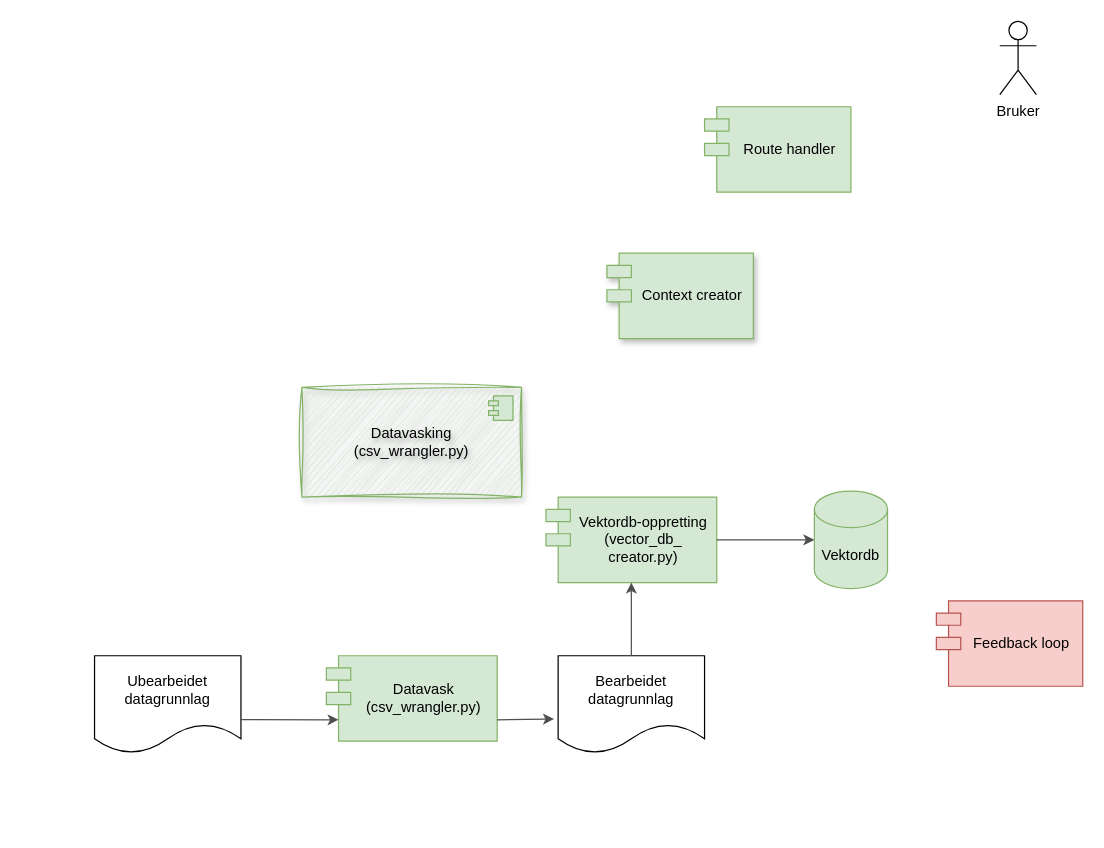
Above: diagrams/Architecture.drawio in xivind/sandbox (draw.io), before the change. Source tidied: cells renumbered, new cells numbered last; positions are measured from the earlier drawing's top-left corner, leaving out a move shared by most shapes. Both pictures are drawn from the tidied source at 122%, with x=0, y=0 at pixel (94, 21).
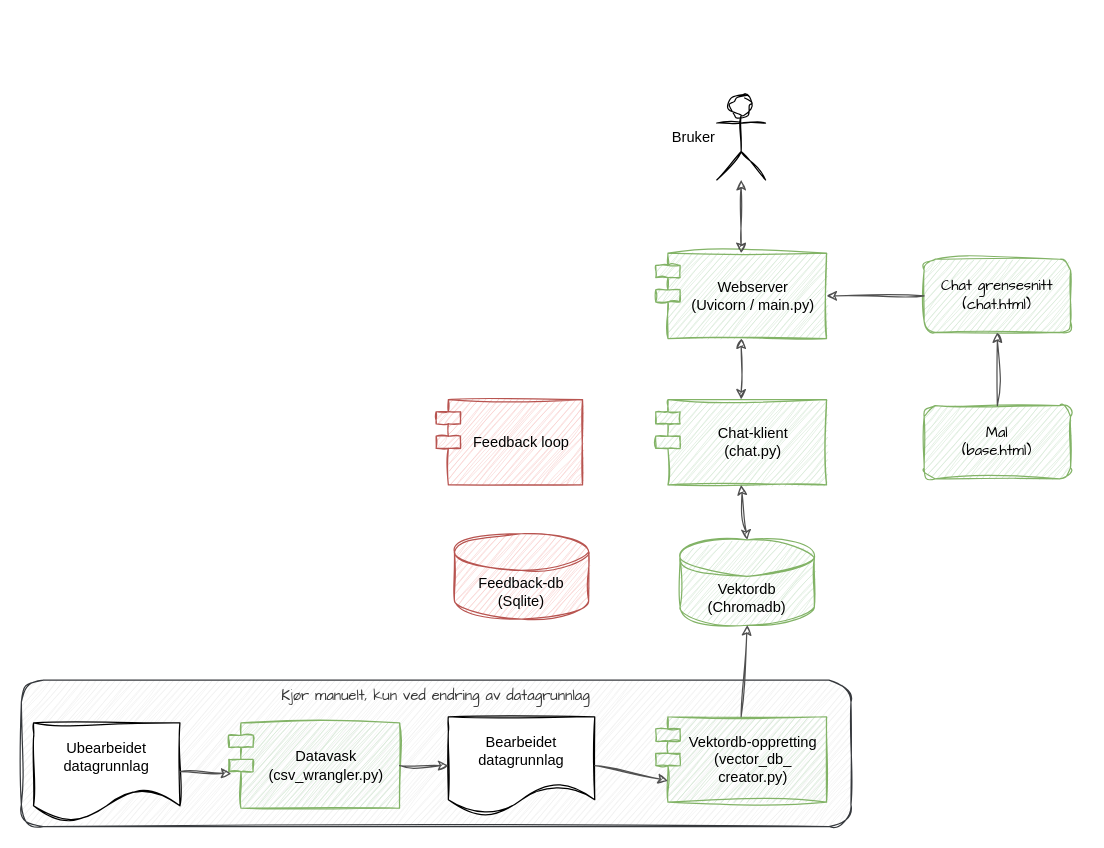
After the change.

Commit message:
Første utkast løsningsarkitektur

The edit, as a diff of the source:
```diff
@@
+    <mxCell id="17" value="&lt;span style=&quot;color: rgb(51, 51, 51);&quot;&gt;Kjør manuelt, kun ved endring av datagrunnlag&lt;/span&gt;" style="rounded=1;whiteSpace=wrap;html=1;sketch=1;hachureGap=4;jiggle=2;curveFitting=1;fontFamily=Architects Daughter;shadow=0;fillColor=#eeeeee;strokeColor=#36393d;verticalAlign=top;" parent="1" vertex="1">
+      <mxGeometry x="-60" y="540" width="680" height="120" as="geometry" />
+    </mxCell>
-    <mxCell id="2" value="Route handler" style="shape=module;align=left;spacingLeft=20;align=center;verticalAlign=middle;whiteSpace=wrap;html=1;fillColor=#d5e8d4;strokeColor=#82b366;" parent="1" vertex="1">
-      <mxGeometry x="500" y="70" width="120" height="70" as="geometry" />
+    <mxCell id="2" value="Webserver&lt;br&gt;&lt;div&gt;(Uvicorn / main.py)&lt;/div&gt;" style="shape=module;align=left;spacingLeft=20;align=center;verticalAlign=middle;whiteSpace=wrap;html=1;fillColor=#d5e8d4;strokeColor=#82b366;shadow=0;sketch=1;curveFitting=1;jiggle=2;" parent="1" vertex="1">
+      <mxGeometry x="460" y="190" width="140" height="70" as="geometry" />
     </mxCell>
-    <mxCell id="3" value="Context creator" style="shape=module;align=left;spacingLeft=20;align=center;verticalAlign=middle;whiteSpace=wrap;html=1;fillColor=#d5e8d4;strokeColor=#82b366;shadow=1;" parent="1" vertex="1">
-      <mxGeometry x="420" y="190" width="120" height="70" as="geometry" />
+    <mxCell id="3" value="Chat-klient&lt;div&gt;(chat.py)&lt;/div&gt;" style="shape=module;align=left;spacingLeft=20;align=center;verticalAlign=middle;whiteSpace=wrap;html=1;fillColor=#d5e8d4;strokeColor=#82b366;shadow=0;sketch=1;curveFitting=1;jiggle=2;" parent="1" vertex="1">
+      <mxGeometry x="460" y="310" width="140" height="70" as="geometry" />
     </mxCell>
-    <mxCell id="4" value="Feedback loop" style="shape=module;align=left;spacingLeft=20;align=center;verticalAlign=middle;whiteSpace=wrap;html=1;fillColor=#f8cecc;strokeColor=#b85450;" parent="1" vertex="1">
-      <mxGeometry x="690" y="475" width="120" height="70" as="geometry" />
+    <mxCell id="4" value="Feedback loop" style="shape=module;align=left;spacingLeft=20;align=center;verticalAlign=middle;whiteSpace=wrap;html=1;fillColor=#f8cecc;strokeColor=#b85450;shadow=0;sketch=1;curveFitting=1;jiggle=2;" parent="1" vertex="1">
+      <mxGeometry x="280" y="310" width="120" height="70" as="geometry" />
     </mxCell>
-    <mxCell id="5" value="Vektordb" style="shape=cylinder3;whiteSpace=wrap;html=1;boundedLbl=1;backgroundOutline=1;size=15;fillColor=#d5e8d4;strokeColor=#82b366;" parent="1" vertex="1">
-      <mxGeometry x="590" y="385" width="60" height="80" as="geometry" />
+    <mxCell id="5" value="Vektordb&lt;div&gt;(Chromadb)&lt;/div&gt;" style="shape=cylinder3;whiteSpace=wrap;html=1;boundedLbl=1;backgroundOutline=1;size=15;fillColor=#d5e8d4;strokeColor=#82b366;shadow=0;sketch=1;curveFitting=1;jiggle=2;" parent="1" vertex="1">
+      <mxGeometry x="480" y="425" width="110" height="70" as="geometry" />
     </mxCell>
-    <mxCell id="6" value="Ubearbeidet datagrunnlag" style="shape=document;whiteSpace=wrap;html=1;boundedLbl=1;" parent="1" vertex="1">
-      <mxGeometry y="520" width="120" height="80" as="geometry" />
+    <mxCell id="6" value="Ubearbeidet datagrunnlag" style="shape=document;whiteSpace=wrap;html=1;boundedLbl=1;shadow=0;sketch=1;curveFitting=1;jiggle=2;" parent="1" vertex="1">
+      <mxGeometry x="-50" y="575" width="120" height="80" as="geometry" />
     </mxCell>
-    <mxCell id="7" value="&lt;div&gt;Datavask&lt;/div&gt;(csv_wrangler.py)" style="shape=module;align=left;spacingLeft=20;align=center;verticalAlign=middle;whiteSpace=wrap;html=1;fillColor=#d5e8d4;strokeColor=#82b366;" parent="1" vertex="1">
-      <mxGeometry x="190" y="520" width="140" height="70" as="geometry" />
+    <mxCell id="7" value="&lt;div&gt;Datavask&lt;/div&gt;(csv_wrangler.py)" style="shape=module;align=left;spacingLeft=20;align=center;verticalAlign=middle;whiteSpace=wrap;html=1;fillColor=#d5e8d4;strokeColor=#82b366;shadow=0;sketch=1;curveFitting=1;jiggle=2;" parent="1" vertex="1">
+      <mxGeometry x="110" y="575" width="140" height="70" as="geometry" />
     </mxCell>
-    <mxCell id="8" value="Bruker" style="shape=umlActor;verticalLabelPosition=bottom;verticalAlign=top;html=1;outlineConnect=0;" parent="1" vertex="1">
-      <mxGeometry x="742" width="30" height="60" as="geometry" />
+    <mxCell id="8" value="Bruker" style="shape=umlActor;verticalLabelPosition=middle;verticalAlign=middle;html=1;outlineConnect=0;shadow=0;sketch=1;curveFitting=1;jiggle=2;align=right;labelPosition=left;" parent="1" vertex="1">
+      <mxGeometry x="510" y="60" width="40" height="70" as="geometry" />
     </mxCell>
-    <mxCell id="9" style="endArrow=classic;html=1;rounded=0;exitX=0.999;exitY=0.655;exitDx=0;exitDy=0;entryX=0;entryY=0.75;entryDx=10;entryDy=0;entryPerimeter=0;exitPerimeter=0;strokeColor=#4F4F4F;" parent="1" edge="1" source="6" target="7">
+    <mxCell id="9" style="endArrow=classic;html=1;rounded=0;exitX=1;exitY=0.5;exitDx=0;exitDy=0;entryX=0.015;entryY=0.595;entryDx=0;entryDy=0;strokeColor=#4F4F4F;shadow=0;sketch=1;curveFitting=1;jiggle=2;entryPerimeter=0;" parent="1" edge="1" source="6" target="7">
       <mxGeometry relative="1" as="geometry" />
     </mxCell>
-    <mxCell id="10" value="Bearbeidet datagrunnlag" style="shape=document;whiteSpace=wrap;html=1;boundedLbl=1;" parent="1" vertex="1">
-      <mxGeometry x="380" y="520" width="120" height="80" as="geometry" />
+    <mxCell id="10" value="Bearbeidet datagrunnlag" style="shape=document;whiteSpace=wrap;html=1;boundedLbl=1;shadow=0;sketch=1;curveFitting=1;jiggle=2;" parent="1" vertex="1">
+      <mxGeometry x="290" y="570" width="120" height="80" as="geometry" />
     </mxCell>
-    <mxCell id="11" style="endArrow=classic;html=1;rounded=0;exitX=1;exitY=0.75;exitDx=0;exitDy=0;entryX=-0.028;entryY=0.648;entryDx=0;entryDy=0;strokeColor=#4F4F4F;entryPerimeter=0;" parent="1" edge="1" source="7" target="10">
+    <mxCell id="11" style="endArrow=classic;html=1;rounded=0;exitX=1;exitY=0.5;exitDx=0;exitDy=0;entryX=0;entryY=0.5;entryDx=0;entryDy=0;strokeColor=#4F4F4F;shadow=0;sketch=1;curveFitting=1;jiggle=2;edgeStyle=orthogonalEdgeStyle;" parent="1" edge="1" source="7" target="10">
       <mxGeometry relative="1" as="geometry" />
     </mxCell>
-    <mxCell id="12" value="&lt;div&gt;Vektordb-oppretting&lt;/div&gt;(vector_db_&lt;div&gt;creator.py)&lt;/div&gt;" style="shape=module;align=left;spacingLeft=20;align=center;verticalAlign=middle;whiteSpace=wrap;html=1;fillColor=#d5e8d4;strokeColor=#82b366;" parent="1" vertex="1">
-      <mxGeometry x="370" y="390" width="140" height="70" as="geometry" />
+    <mxCell id="12" value="&lt;div&gt;Vektordb-oppretting&lt;/div&gt;(vector_db_&lt;div&gt;creator.py)&lt;/div&gt;" style="shape=module;align=left;spacingLeft=20;align=center;verticalAlign=middle;whiteSpace=wrap;html=1;fillColor=#d5e8d4;strokeColor=#82b366;shadow=0;sketch=1;curveFitting=1;jiggle=2;" parent="1" vertex="1">
+      <mxGeometry x="460" y="570" width="140" height="70" as="geometry" />
     </mxCell>
-    <mxCell id="13" style="endArrow=classic;html=1;rounded=0;entryX=0.5;entryY=1;entryDx=0;entryDy=0;strokeColor=#4F4F4F;" parent="1" edge="1" source="10" target="12">
+    <mxCell id="13" style="endArrow=classic;html=1;rounded=0;strokeColor=#4F4F4F;shadow=0;sketch=1;curveFitting=1;jiggle=2;exitX=1;exitY=0.5;exitDx=0;exitDy=0;entryX=0;entryY=0.75;entryDx=10;entryDy=0;entryPerimeter=0;" parent="1" edge="1" source="10" target="12">
       <mxGeometry relative="1" as="geometry" />
     </mxCell>
-    <mxCell id="14" style="endArrow=classic;html=1;rounded=0;entryX=0;entryY=0.5;entryDx=0;entryDy=0;strokeColor=#4F4F4F;entryPerimeter=0;exitX=1;exitY=0.5;exitDx=0;exitDy=0;" parent="1" edge="1" source="12" target="5">
+    <mxCell id="14" style="endArrow=classic;html=1;rounded=0;entryX=0.5;entryY=1;entryDx=0;entryDy=0;strokeColor=#4F4F4F;entryPerimeter=0;exitX=0.5;exitY=0;exitDx=0;exitDy=0;shadow=0;sketch=1;curveFitting=1;jiggle=2;" parent="1" edge="1" source="12" target="5">
       <mxGeometry relative="1" as="geometry" />
     </mxCell>
-    <mxCell id="15" value="Datavasking&lt;br&gt;&lt;div&gt;(csv_wrangler.py)&lt;/div&gt;" style="html=1;whiteSpace=wrap;textShadow=1;fillColor=#d5e8d4;strokeColor=#82b366;gradientColor=none;sketch=1;curveFitting=1;jiggle=2;shadow=1;" parent="1" vertex="1">
-      <mxGeometry x="170" y="300" width="180" height="90" as="geometry" />
-    </mxCell>
-    <mxCell id="16" style="shape=module;jettyWidth=8;jettyHeight=4;fillColor=#d5e8d4;strokeColor=#82b366;" parent="15" vertex="1">
-      <mxGeometry x="1" width="20" height="20" relative="1" as="geometry">
-        <mxPoint x="-27" y="7" as="offset" />
-      </mxGeometry>
-    </mxCell>
+    <mxCell id="18" value="&lt;div&gt;Chat grensesnitt&lt;/div&gt;(chat.html)" style="rounded=1;whiteSpace=wrap;html=1;sketch=1;hachureGap=4;jiggle=2;curveFitting=1;fontFamily=Architects Daughter;fillColor=#d5e8d4;strokeColor=#82b366;shadow=0;" parent="1" vertex="1">
+      <mxGeometry x="680" y="195" width="120" height="60" as="geometry" />
+    </mxCell>
+    <mxCell id="19" value="&lt;div&gt;Mal&lt;/div&gt;&lt;div&gt;&lt;span style=&quot;background-color: initial;&quot;&gt;(base.html)&lt;/span&gt;&lt;/div&gt;" style="rounded=1;whiteSpace=wrap;html=1;sketch=1;hachureGap=4;jiggle=2;curveFitting=1;fontFamily=Architects Daughter;fillColor=#d5e8d4;strokeColor=#82b366;shadow=0;" parent="1" vertex="1">
+      <mxGeometry x="680" y="315" width="120" height="60" as="geometry" />
+    </mxCell>
+    <mxCell id="20" style="endArrow=classic;html=1;rounded=0;entryX=0.5;entryY=1;entryDx=0;entryDy=0;strokeColor=#4F4F4F;shadow=0;sketch=1;curveFitting=1;jiggle=2;" parent="1" edge="1" source="19" target="18">
+      <mxGeometry relative="1" as="geometry" />
+    </mxCell>
+    <mxCell id="21" style="endArrow=classic;html=1;rounded=0;entryX=1;entryY=0.5;entryDx=0;entryDy=0;strokeColor=#4F4F4F;shadow=0;sketch=1;curveFitting=1;jiggle=2;exitX=0;exitY=0.5;exitDx=0;exitDy=0;" parent="1" edge="1" source="18" target="2">
+      <mxGeometry relative="1" as="geometry" />
+    </mxCell>
+    <mxCell id="22" style="endArrow=classic;html=1;rounded=0;strokeColor=#4F4F4F;shadow=0;sketch=1;curveFitting=1;jiggle=2;startArrow=classic;startFill=1;exitX=0.5;exitY=0;exitDx=0;exitDy=0;" parent="1" edge="1" source="2" target="8">
+      <mxGeometry relative="1" as="geometry" />
+    </mxCell>
+    <mxCell id="23" style="endArrow=classic;html=1;rounded=0;strokeColor=#4F4F4F;shadow=0;sketch=1;curveFitting=1;jiggle=2;startArrow=classic;startFill=1;exitX=0.5;exitY=0;exitDx=0;exitDy=0;exitPerimeter=0;entryX=0.5;entryY=1;entryDx=0;entryDy=0;" parent="1" edge="1" source="5" target="3">
+      <mxGeometry relative="1" as="geometry" />
+    </mxCell>
+    <mxCell id="24" style="endArrow=classic;html=1;rounded=0;strokeColor=#4F4F4F;shadow=0;sketch=1;curveFitting=1;jiggle=2;startArrow=classic;startFill=1;exitX=0.5;exitY=0;exitDx=0;exitDy=0;entryX=0.5;entryY=1;entryDx=0;entryDy=0;" parent="1" edge="1" source="3" target="2">
+      <mxGeometry relative="1" as="geometry" />
+    </mxCell>
+    <mxCell id="25" value="Feedback-db&lt;div&gt;(Sqlite)&lt;/div&gt;" style="shape=cylinder3;whiteSpace=wrap;html=1;boundedLbl=1;backgroundOutline=1;size=15;fillColor=#f8cecc;strokeColor=#b85450;shadow=0;sketch=1;curveFitting=1;jiggle=2;" parent="1" vertex="1">
+      <mxGeometry x="295" y="420" width="110" height="70" as="geometry" />
+    </mxCell>
```
